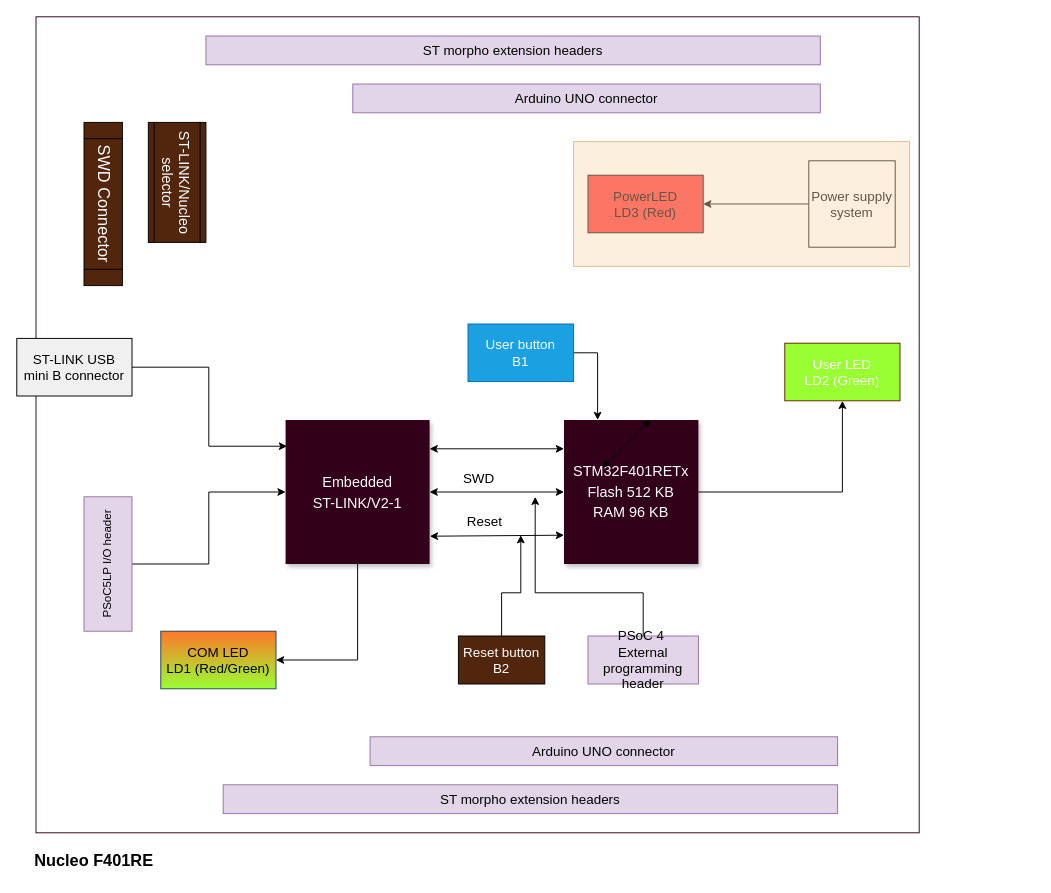
Earlier version of the draw.io diagram assignments/week_3/assets/hw_bd_f401re.drawio (kambadur/making_embedded_systems). Source tidied: cells renumbered, new cells numbered last; positions are measured from the earlier drawing's top-left corner, leaving out a move shared by most shapes. Both pictures are drawn from the tidied source at 96%, with x=0, y=0 at pixel (16, 16).
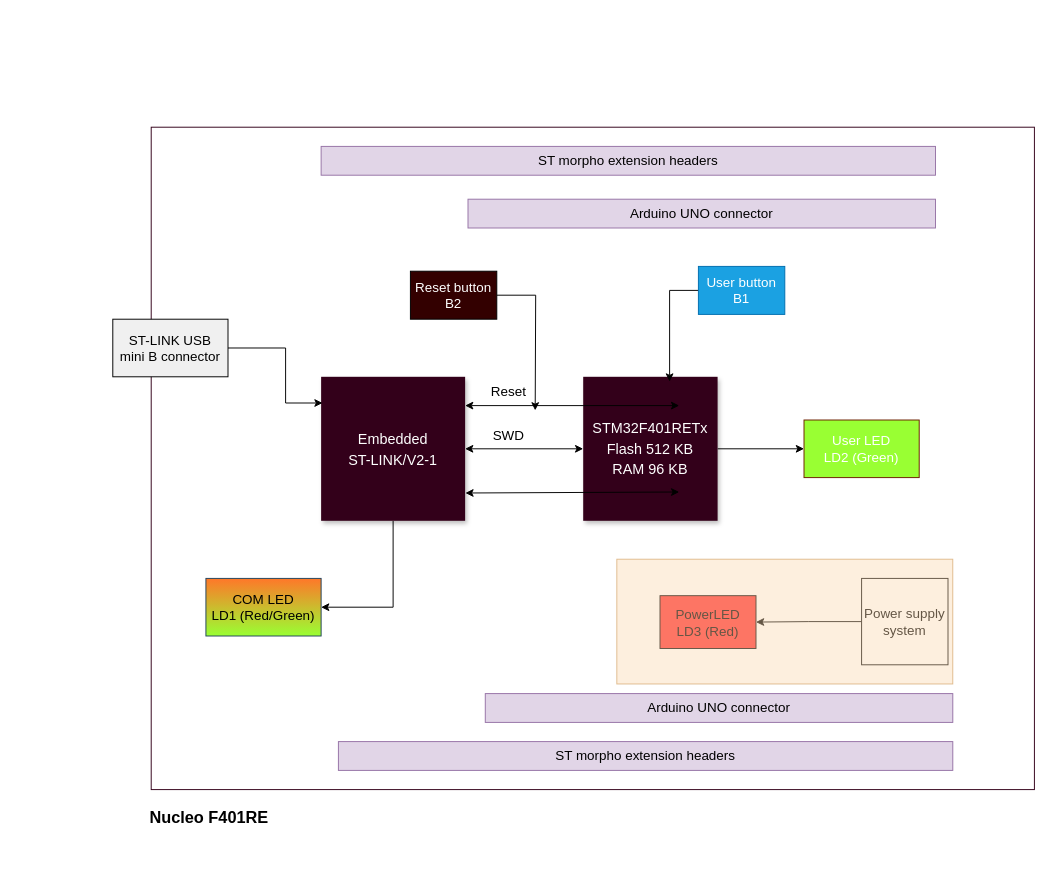
The same page after the edit.

The edit, as a diff of the source:
```diff
@@
     <mxCell id="2" style="rounded=0;whiteSpace=wrap;html=1;fontSize=14;fontColor=#FFFFFF;strokeColor=#33001A;fillColor=#FFFFFF;" parent="1" vertex="1">
-      <mxGeometry x="20" width="920" height="850" as="geometry" />
+      <mxGeometry x="140" y="115" width="920" height="690" as="geometry" />
     </mxCell>
@@
     <mxCell id="4" value="&lt;font color=&quot;#ffffff&quot; style=&quot;font-size: 15px&quot;&gt;&lt;font style=&quot;font-size: 15px&quot;&gt;STM32F401RETx&lt;br&gt;&lt;/font&gt;Flash 512 KB&lt;br&gt;RAM 96 KB&lt;br&gt;&lt;/font&gt;" style="whiteSpace=wrap;html=1;shadow=1;fontSize=18;fillColor=#33001A;strokeColor=none;" parent="1" vertex="1">
-      <mxGeometry x="570" y="420" width="140" height="150" as="geometry" />
+      <mxGeometry x="590" y="375" width="140" height="150" as="geometry" />
     </mxCell>
@@
     <mxCell id="6" value="&lt;font color=&quot;#ffffff&quot;&gt;&lt;font style=&quot;font-size: 15px&quot;&gt;Embedded &lt;br&gt;ST-LINK/V2-1&lt;/font&gt;&lt;br&gt;&lt;/font&gt;" style="whiteSpace=wrap;html=1;shadow=1;fontSize=18;fillColor=#33001A;strokeColor=none;" parent="1" vertex="1">
-      <mxGeometry x="280" y="420" width="150" height="150" as="geometry" />
+      <mxGeometry x="317" y="375" width="150" height="150" as="geometry" />
     </mxCell>
-    <mxCell id="7" style="endArrow=classic;startArrow=classic;html=1;rounded=0;" parent="1" edge="1">
-      <mxGeometry relative="1" as="geometry">
-        <mxPoint x="610" y="470" as="sourcePoint" />
-        <mxPoint x="660" y="420" as="targetPoint" />
-      </mxGeometry>
-    </mxCell>
@@
     <mxCell id="10" value="&lt;font style=&quot;font-size: 14px;&quot;&gt;User LED &lt;br style=&quot;font-size: 14px;&quot;&gt;LD2 (Green)&lt;/font&gt;" style="rounded=0;whiteSpace=wrap;html=1;fillColor=#99FF33;strokeColor=#6D1F00;fontColor=#ffffff;gradientColor=none;fontSize=14;" parent="1" vertex="1">
-      <mxGeometry x="800" y="340" width="120" height="60" as="geometry" />
+      <mxGeometry x="820" y="420" width="120" height="60" as="geometry" />
     </mxCell>
-    <mxCell id="11" style="edgeStyle=orthogonalEdgeStyle;rounded=0;jettySize=auto;html=1;" parent="1" edge="1" source="12">
-      <mxGeometry relative="1" as="geometry">
-        <mxPoint x="525" y="540" as="targetPoint" />
-        <Array as="points">
-          <mxPoint x="505" y="600" />
-          <mxPoint x="525" y="600" />
-        </Array>
-      </mxGeometry>
-    </mxCell>
+    <mxCell id="36" style="edgeStyle=orthogonalEdgeStyle;rounded=0;jettySize=auto;html=1;" parent="1" edge="1" source="12">
+      <mxGeometry relative="1" as="geometry">
+        <mxPoint x="540" y="410" as="targetPoint" />
+      </mxGeometry>
+    </mxCell>
-    <mxCell id="12" value="&lt;font style=&quot;font-size: 14px;&quot;&gt;Reset button&lt;br style=&quot;font-size: 14px;&quot;&gt;B2&lt;/font&gt;" style="rounded=0;whiteSpace=wrap;html=1;fontSize=14;fillColor=#52260D;fontColor=#FFFFFF;" parent="1" vertex="1">
-      <mxGeometry x="460" y="645" width="90" height="50" as="geometry" />
+    <mxCell id="12" value="&lt;font style=&quot;font-size: 14px;&quot;&gt;Reset button&lt;br style=&quot;font-size: 14px;&quot;&gt;B2&lt;/font&gt;" style="rounded=0;whiteSpace=wrap;html=1;fontSize=14;fillColor=#330000;fontColor=#FFFFFF;" parent="1" vertex="1">
+      <mxGeometry x="410" y="265" width="90" height="50" as="geometry" />
     </mxCell>
     <mxCell id="13" style="edgeStyle=orthogonalEdgeStyle;rounded=0;jettySize=auto;html=1;exitX=1;exitY=0.5;exitDx=0;exitDy=0;entryX=0.01;entryY=0.182;entryDx=0;entryDy=0;entryPerimeter=0;" parent="1" edge="1" source="14" target="6">
       <mxGeometry relative="1" as="geometry">
         <Array as="points">
-          <mxPoint x="200" y="365" />
-          <mxPoint x="200" y="447" />
+          <mxPoint x="280" y="345" />
+          <mxPoint x="280" y="402" />
         </Array>
       </mxGeometry>
     </mxCell>
     <mxCell id="14" value="&lt;div style=&quot;font-size: 14px;&quot;&gt;ST-LINK USB&lt;/div&gt;&lt;div style=&quot;font-size: 14px;&quot;&gt;mini B connector&lt;/div&gt;" style="rounded=0;whiteSpace=wrap;html=1;fillColor=#F0F0F0;fontSize=14;" parent="1" vertex="1">
-      <mxGeometry y="335" width="120" height="60" as="geometry" />
+      <mxGeometry x="100" y="315" width="120" height="60" as="geometry" />
     </mxCell>
     <mxCell id="15" style="endArrow=classic;startArrow=classic;html=1;rounded=0;exitX=1.002;exitY=0.807;exitDx=0;exitDy=0;entryX=0;entryY=0.5;entryDx=0;entryDy=0;exitPerimeter=0;" parent="1" edge="1" source="6">
       <mxGeometry relative="1" as="geometry">
-        <mxPoint x="570" y="540" as="targetPoint" />
+        <mxPoint x="690" y="495" as="targetPoint" />
       </mxGeometry>
     </mxCell>
-    <mxCell id="16" style="edgeStyle=orthogonalEdgeStyle;rounded=0;jettySize=auto;html=1;entryX=0.25;entryY=0;entryDx=0;entryDy=0;fontSize=14;exitX=1;exitY=0.5;exitDx=0;exitDy=0;" parent="1" edge="1" source="17" target="4">
+    <mxCell id="16" style="edgeStyle=orthogonalEdgeStyle;rounded=0;jettySize=auto;html=1;entryX=0.643;entryY=0.033;entryDx=0;entryDy=0;entryPerimeter=0;exitX=0;exitY=0.5;exitDx=0;exitDy=0;" parent="1" edge="1" source="17" target="4">
       <mxGeometry relative="1" as="geometry" />
     </mxCell>
     <mxCell id="17" value="&lt;font style=&quot;font-size: 14px;&quot;&gt;User button&lt;br style=&quot;font-size: 14px;&quot;&gt;B1&lt;/font&gt;" style="rounded=0;whiteSpace=wrap;html=1;fillColor=#1ba1e2;strokeColor=#006EAF;fontSize=14;fontColor=#ffffff;" parent="1" vertex="1">
-      <mxGeometry x="470" y="320" width="110" height="60" as="geometry" />
+      <mxGeometry x="710" y="260" width="90" height="50" as="geometry" />
     </mxCell>
     <mxCell id="18" style="endArrow=classic;startArrow=classic;html=1;rounded=0;exitX=1;exitY=0.2;exitDx=0;exitDy=0;entryX=0;entryY=0.5;entryDx=0;entryDy=0;exitPerimeter=0;" parent="1" edge="1" source="6">
       <mxGeometry relative="1" as="geometry">
-        <mxPoint x="570" y="450" as="targetPoint" />
+        <mxPoint x="690" y="405" as="targetPoint" />
       </mxGeometry>
     </mxCell>
     <mxCell id="19" value="&lt;font style=&quot;font-size: 14px&quot;&gt;COM LED&lt;br&gt;LD1 (Red/Green)&lt;/font&gt;" style="rounded=0;whiteSpace=wrap;html=1;fillColor=#FF7729;strokeColor=#23445d;gradientColor=#99FF33;" parent="1" vertex="1">
-      <mxGeometry x="150" y="640" width="120" height="60" as="geometry" />
+      <mxGeometry x="197" y="585" width="120" height="60" as="geometry" />
     </mxCell>
     <mxCell id="20" value="&lt;font style=&quot;font-size: 14px;&quot;&gt;ST morpho extension headers&lt;/font&gt;" style="rounded=0;whiteSpace=wrap;html=1;fillColor=#e1d5e7;strokeColor=#9673a6;fontSize=14;" parent="1" vertex="1">
-      <mxGeometry x="197" y="20" width="640" height="30" as="geometry" />
+      <mxGeometry x="317" y="135" width="640" height="30" as="geometry" />
     </mxCell>
     <mxCell id="21" value="&lt;font style=&quot;font-size: 14px;&quot;&gt;Arduino UNO connector&lt;/font&gt;" style="rounded=0;whiteSpace=wrap;html=1;fillColor=#e1d5e7;strokeColor=#9673a6;fontSize=14;" parent="1" vertex="1">
-      <mxGeometry x="368" y="750" width="487" height="30" as="geometry" />
+      <mxGeometry x="488" y="705" width="487" height="30" as="geometry" />
     </mxCell>
-    <mxCell id="22" style="edgeStyle=orthogonalEdgeStyle;rounded=0;jettySize=auto;html=1;entryX=0;entryY=0.5;entryDx=0;entryDy=0;" parent="1" edge="1" source="23" target="6">
-      <mxGeometry relative="1" as="geometry" />
-    </mxCell>
-    <mxCell id="23" value="PSoC5LP I/O header" style="rounded=0;whiteSpace=wrap;html=1;horizontal=0;fillColor=#e1d5e7;strokeColor=#9673a6;" parent="1" vertex="1">
-      <mxGeometry x="70" y="500" width="50" height="140" as="geometry" />
-    </mxCell>
-    <mxCell id="24" style="edgeStyle=orthogonalEdgeStyle;rounded=0;jettySize=auto;html=1;exitX=0.5;exitY=0;exitDx=0;exitDy=0;" parent="1" edge="1" source="25">
-      <mxGeometry relative="1" as="geometry">
-        <mxPoint x="540" y="500" as="targetPoint" />
-        <Array as="points">
-          <mxPoint x="653" y="600" />
-          <mxPoint x="540" y="600" />
-        </Array>
-      </mxGeometry>
-    </mxCell>
-    <mxCell id="25" value="PSoC 4&amp;nbsp;&lt;br style=&quot;font-size: 14px;&quot;&gt;External programming header" style="rounded=0;whiteSpace=wrap;html=1;fillColor=#e1d5e7;strokeColor=#9673a6;fontSize=14;" parent="1" vertex="1">
-      <mxGeometry x="595" y="645" width="115" height="50" as="geometry" />
-    </mxCell>
@@
     <mxCell id="27" value="&lt;font style=&quot;font-size: 14px&quot;&gt;Power supply system&lt;/font&gt;" style="whiteSpace=wrap;html=1;" parent="1" vertex="1">
-      <mxGeometry x="825" y="150" width="90" height="90" as="geometry" />
+      <mxGeometry x="880" y="585" width="90" height="90" as="geometry" />
     </mxCell>
     <mxCell id="28" value="&lt;font style=&quot;font-size: 14px&quot;&gt;PowerLED&lt;br&gt;LD3 (Red)&lt;/font&gt;" style="rounded=0;whiteSpace=wrap;html=1;fillColor=#FF3333;" parent="1" vertex="1">
-      <mxGeometry x="595" y="165" width="120" height="60" as="geometry" />
+      <mxGeometry x="670" y="603" width="100" height="55" as="geometry" />
     </mxCell>
     <mxCell id="29" style="rounded=0;whiteSpace=wrap;html=1;fillColor=#fad7ac;strokeColor=#b46504;gradientColor=none;opacity=40;" parent="1" vertex="1">
-      <mxGeometry x="580" y="130" width="350" height="130" as="geometry" />
+      <mxGeometry x="625" y="565" width="350" height="130" as="geometry" />
     </mxCell>
     <mxCell id="30" value="Nucleo F401RE&lt;br style=&quot;font-size: 17px;&quot;&gt;" style="text;html=1;align=center;verticalAlign=middle;strokeColor=none;fillColor=none;fontSize=17;fontStyle=1;" parent="1" vertex="1">
-      <mxGeometry x="10" y="865" width="140" height="30" as="geometry" />
+      <mxGeometry x="130" y="820" width="140" height="30" as="geometry" />
     </mxCell>
     <mxCell id="31" value="&lt;font style=&quot;font-size: 14px;&quot;&gt;ST morpho extension headers&lt;/font&gt;" style="rounded=0;whiteSpace=wrap;html=1;fillColor=#e1d5e7;strokeColor=#9673a6;fontSize=14;" parent="1" vertex="1">
-      <mxGeometry x="215" y="800" width="640" height="30" as="geometry" />
+      <mxGeometry x="335" y="755" width="640" height="30" as="geometry" />
     </mxCell>
     <mxCell id="32" value="&lt;font style=&quot;font-size: 14px;&quot;&gt;Arduino UNO connector&lt;/font&gt;" style="rounded=0;whiteSpace=wrap;html=1;fillColor=#e1d5e7;strokeColor=#9673a6;fontSize=14;" parent="1" vertex="1">
-      <mxGeometry x="350" y="70" width="487" height="30" as="geometry" />
+      <mxGeometry x="470" y="190" width="487" height="30" as="geometry" />
     </mxCell>
     <mxCell id="33" value="Reset" style="edgeLabel;html=1;align=center;verticalAlign=middle;fontSize=14;" parent="1" vertex="1">
-      <mxGeometry x="500" y="480" as="geometry">
+      <mxGeometry x="525" y="345" as="geometry">
         <mxPoint x="-14" y="45" as="offset" />
       </mxGeometry>
     </mxCell>
-    <mxCell id="34" value="&lt;font style=&quot;font-size: 17px&quot;&gt;SWD Connector&lt;/font&gt;" style="shape=process;whiteSpace=wrap;html=1;backgroundOutline=1;fontSize=16;fillColor=#52260D;gradientColor=none;rotation=90;fontColor=#FFFFFF;horizontal=1;verticalAlign=middle;" parent="1" vertex="1">
-      <mxGeometry x="5" y="175" width="170" height="40" as="geometry" />
-    </mxCell>
-    <mxCell id="35" value="&lt;div style=&quot;font-size: 15px&quot;&gt;&lt;div&gt;ST-LINK/Nucleo&lt;/div&gt;&lt;div&gt;selector&lt;/div&gt;&lt;/div&gt;" style="shape=process;whiteSpace=wrap;html=1;backgroundOutline=1;fontSize=15;fontColor=#FFFFFF;fillColor=#52260D;gradientColor=none;rotation=-180;horizontal=0;" parent="1" vertex="1">
-      <mxGeometry x="137" y="110" width="60" height="125" as="geometry" />
-    </mxCell>
```
